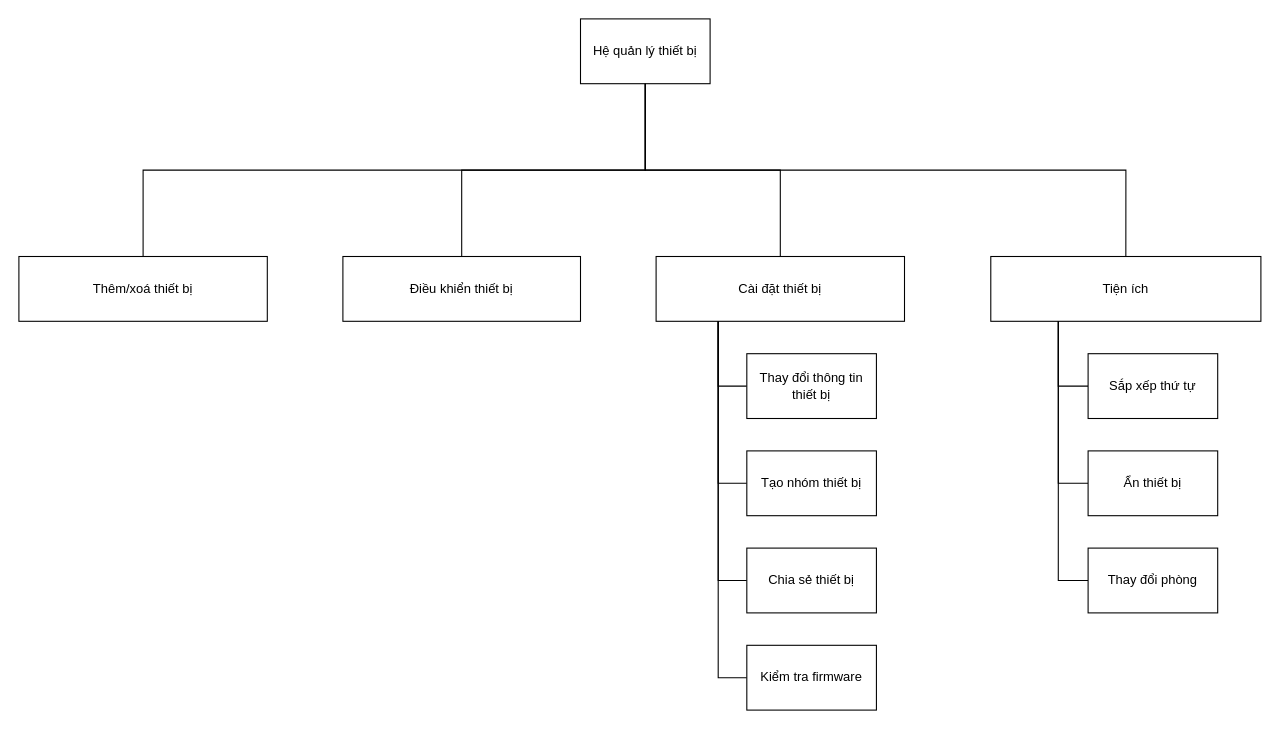
khanhdew/SmartHome keeps this draw.io diagram as page "FDD-Hệ quản lý thiết bị" (2 of 18) of iotentities.drawio. Above is the earlier version. Source tidied: cells renumbered, new cells numbered last; positions are measured from the earlier drawing's top-left corner, leaving out a move shared by most shapes. Both pictures are drawn from the tidied source at 108%, with x=0, y=0 at pixel (18, 18).
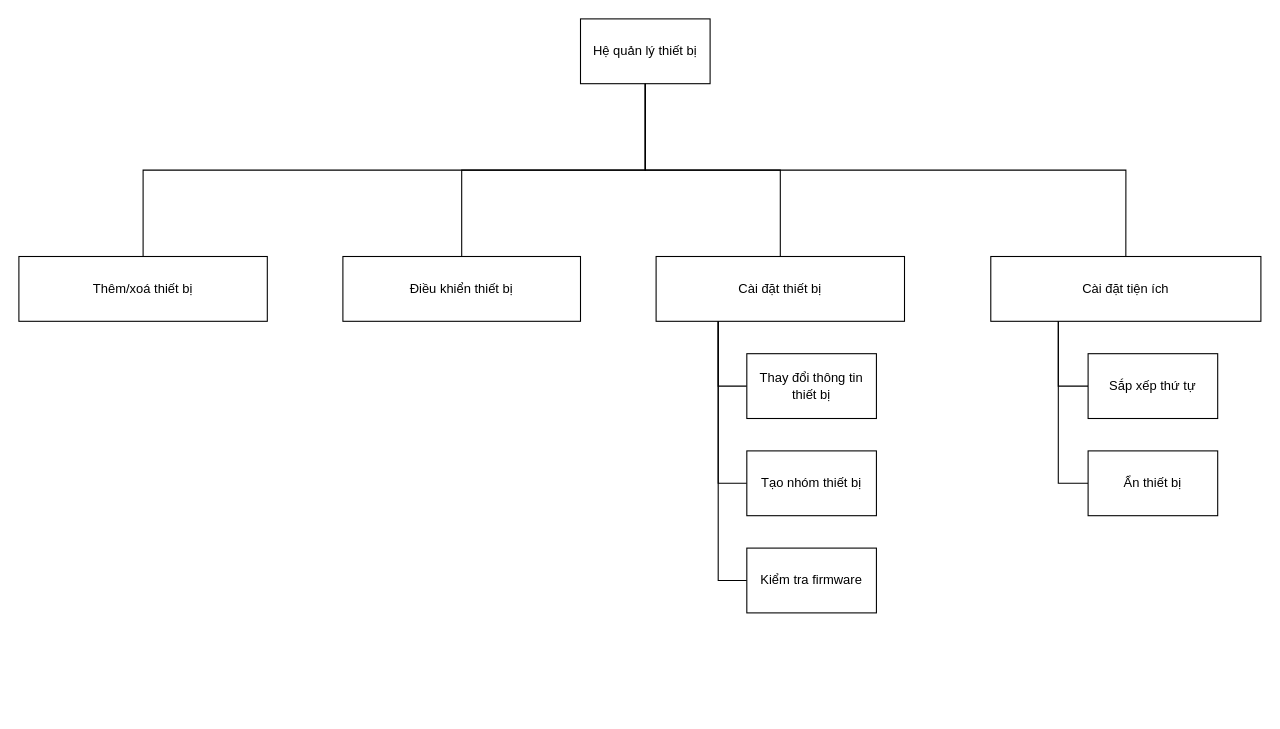
The same page after the edit.

The change refers to these unchanged cells:
```xml
<mxCell id="9" value="Cài đặt thiết bị" style="rounded=0;whiteSpace=wrap;html=1;" parent="1" vertex="1">
  <mxGeometry x="590" y="220" width="230" height="60" as="geometry" />
</mxCell>
```

The edit, as a diff of the source:
```diff
@@
-    <mxCell id="11" value="Tiện ích" style="rounded=0;whiteSpace=wrap;html=1;" parent="1" vertex="1">
+    <mxCell id="11" value="Cài đặt tiện ích" style="rounded=0;whiteSpace=wrap;html=1;" parent="1" vertex="1">
       <mxGeometry x="899.9" y="220" width="250.1" height="60" as="geometry" />
     </mxCell>
@@
-    <mxCell id="16" style="edgeStyle=orthogonalEdgeStyle;rounded=0;jettySize=auto;html=1;exitX=0;exitY=0.5;exitDx=0;exitDy=0;entryX=0.25;entryY=1;entryDx=0;entryDy=0;endArrow=none;endFill=0;" parent="1" edge="1" source="17" target="9">
-      <mxGeometry relative="1" as="geometry" />
-    </mxCell>
-    <mxCell id="17" value="Chia sẻ thiết bị" style="rounded=0;whiteSpace=wrap;html=1;" parent="1" vertex="1">
-      <mxGeometry x="674" y="490" width="120" height="60" as="geometry" />
-    </mxCell>
@@
-    <mxCell id="22" style="edgeStyle=orthogonalEdgeStyle;rounded=0;jettySize=auto;html=1;exitX=0;exitY=0.5;exitDx=0;exitDy=0;entryX=0.25;entryY=1;entryDx=0;entryDy=0;endArrow=none;endFill=0;" parent="1" edge="1" source="23" target="11">
-      <mxGeometry relative="1" as="geometry" />
-    </mxCell>
-    <mxCell id="23" value="Thay đổi phòng" style="rounded=0;whiteSpace=wrap;html=1;" parent="1" vertex="1">
-      <mxGeometry x="990" y="490" width="120" height="60" as="geometry" />
-    </mxCell>
     <mxCell id="24" value="Kiểm tra firmware" style="rounded=0;whiteSpace=wrap;html=1;" parent="1" vertex="1">
-      <mxGeometry x="674" y="580" width="120" height="60" as="geometry" />
+      <mxGeometry x="674" y="490" width="120" height="60" as="geometry" />
     </mxCell>
```
